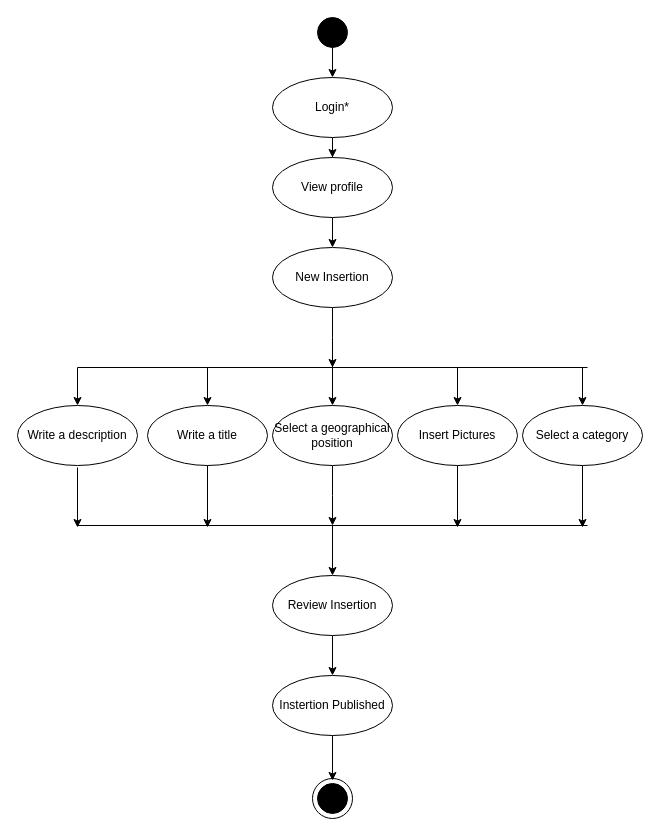
davideleoni997/ScambioUniversitario keeps this draw.io diagram as activityDiagram_New_Insertion.drawio. Above is the earlier version. Source tidied: cells renumbered, new cells numbered last; positions are measured from the earlier drawing's top-left corner, leaving out a move shared by most shapes. Both pictures are drawn from the tidied source at 100%, with x=0, y=0 at pixel (17, 17).
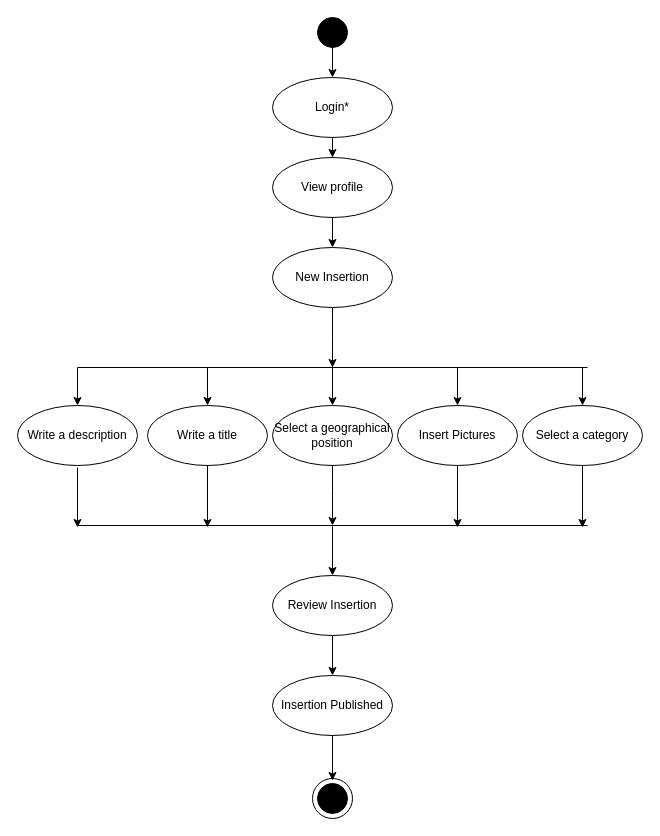
Above is the later version.

Commit message:
--Spelling errors fixed

Diff of the diagram source:
```diff
@@
-    <mxCell id="17" value="Instertion Published" style="ellipse;whiteSpace=wrap;html=1;fontFamily=Helvetica;fontSize=12;fontColor=#000000;align=center;strokeColor=#000000;fillColor=#FFFFFF;" parent="1" vertex="1">
+    <mxCell id="17" value="Insertion Published" style="ellipse;whiteSpace=wrap;html=1;fontFamily=Helvetica;fontSize=12;fontColor=#000000;align=center;strokeColor=#000000;fillColor=#FFFFFF;" parent="1" vertex="1">
       <mxGeometry x="255" y="658" width="120" height="60" as="geometry" />
     </mxCell>
```
